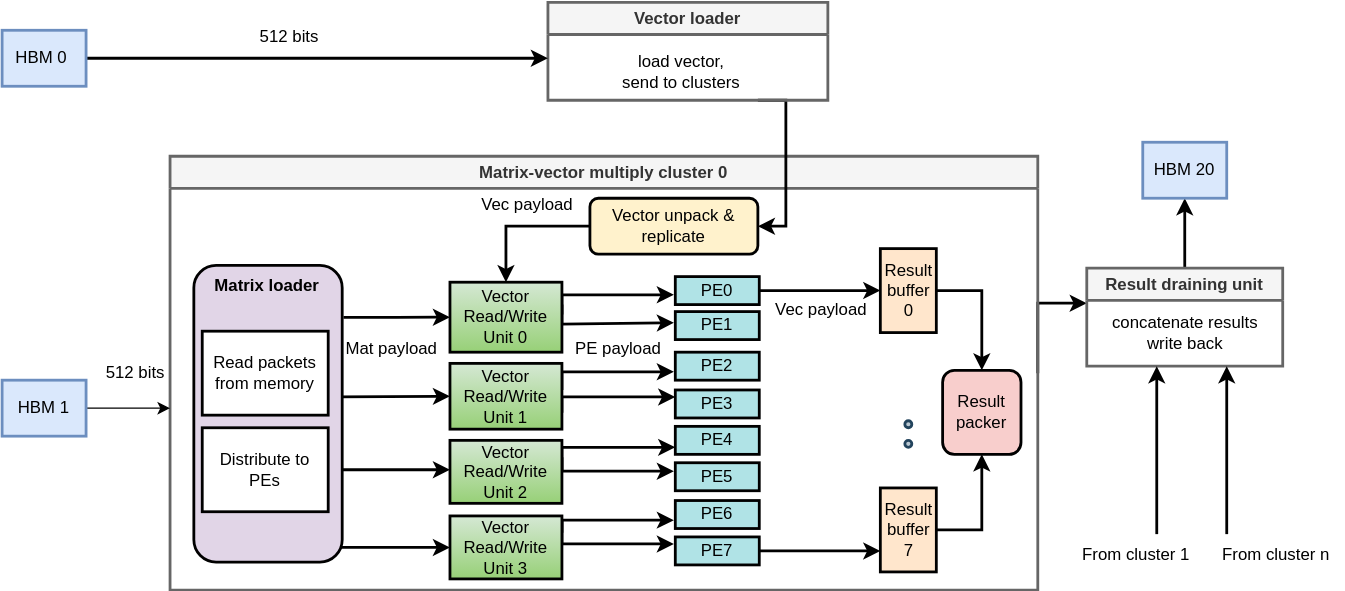
veronia-iskandar/TACO-paper keeps this draw.io diagram as svg/spmv-paper.svg. Above is the earlier version. Source tidied: cells renumbered, new cells last; positions are measured from the earlier drawing's top-left corner, leaving out a move shared by most shapes.
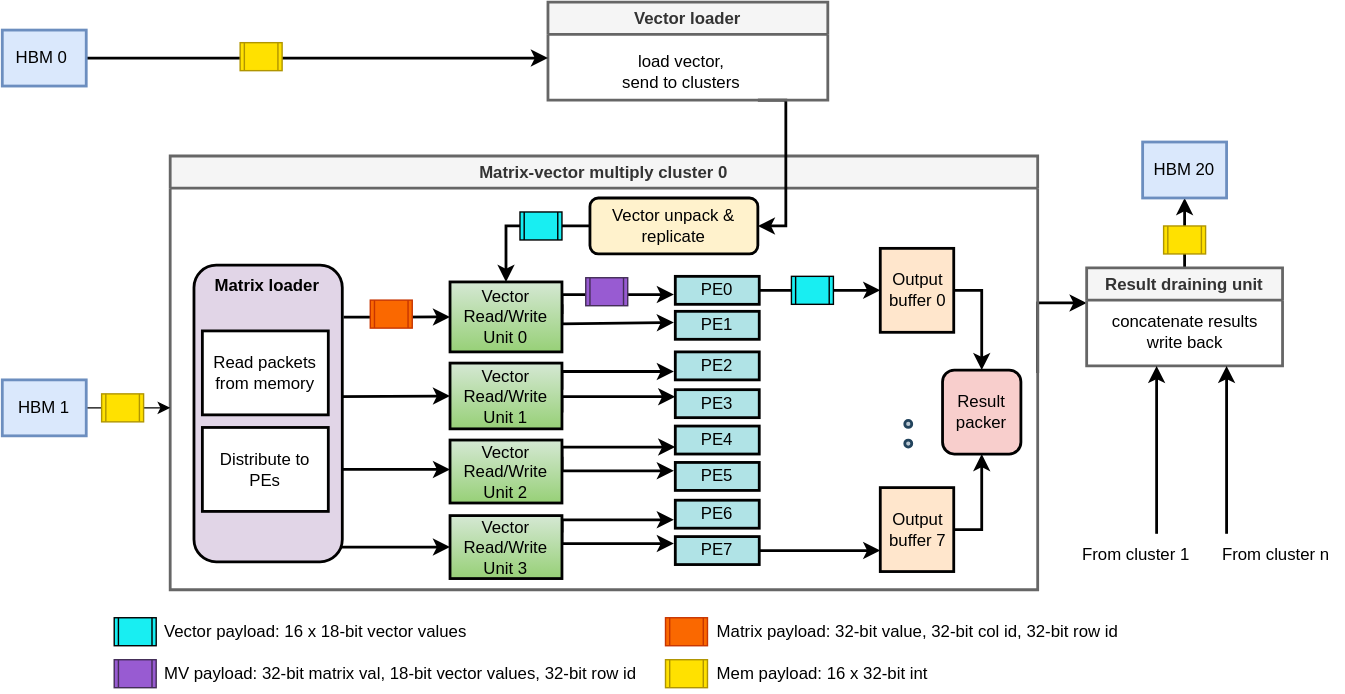
After the commit.

What changed in the source:
```diff
@@ -94,14 +94,14 @@
     <mxCell id="24" style="edgeStyle=orthogonalEdgeStyle;rounded=0;jettySize=auto;html=1;exitX=1;exitY=0.5;exitDx=0;exitDy=0;entryX=0.5;entryY=0;entryDx=0;entryDy=0;strokeWidth=2;" parent="3" edge="1" source="25" target="30">
       <mxGeometry relative="1" as="geometry" />
     </mxCell>
-    <mxCell id="25" value="Result buffer 0" style="rounded=0;whiteSpace=wrap;html=1;fillColor=#ffe6cc;strokeColor=#000000;strokeWidth=2;" parent="3" vertex="1">
-      <mxGeometry x="507.5" y="66" width="40" height="60" as="geometry" />
+    <mxCell id="25" value="Output buffer 0" style="rounded=0;whiteSpace=wrap;html=1;fillColor=#ffe6cc;strokeColor=#000000;strokeWidth=2;" parent="3" vertex="1">
+      <mxGeometry x="507.5" y="66" width="52.5" height="60" as="geometry" />
     </mxCell>
     <mxCell id="26" style="edgeStyle=orthogonalEdgeStyle;rounded=0;jettySize=auto;html=1;exitX=1;exitY=0.5;exitDx=0;exitDy=0;strokeWidth=2;" parent="3" edge="1" source="27" target="30">
       <mxGeometry relative="1" as="geometry" />
     </mxCell>
-    <mxCell id="27" value="Result buffer 7" style="rounded=0;whiteSpace=wrap;html=1;fillColor=#ffe6cc;strokeColor=#000000;strokeWidth=2;" parent="3" vertex="1">
-      <mxGeometry x="507.5" y="237" width="40" height="60" as="geometry" />
+    <mxCell id="27" value="Output buffer 7" style="rounded=0;whiteSpace=wrap;html=1;fillColor=#ffe6cc;strokeColor=#000000;strokeWidth=2;" parent="3" vertex="1">
+      <mxGeometry x="507.5" y="237" width="52.5" height="60" as="geometry" />
     </mxCell>
     <mxCell id="28" style="ellipse;whiteSpace=wrap;html=1;fillColor=#bac8d3;strokeColor=#23445d;strokeWidth=2;" parent="3" vertex="1">
       <mxGeometry x="525" y="189" width="5" height="5" as="geometry" />
@@ -192,18 +192,12 @@
     <mxCell id="42" value="Vector Read/Write Unit 2" style="rounded=0;whiteSpace=wrap;html=1;fillColor=#d5e8d4;strokeColor=#000000;gradientColor=#97d077;strokeWidth=2;" parent="3" vertex="1">
       <mxGeometry x="200" y="203" width="80" height="45" as="geometry" />
     </mxCell>
-    <mxCell id="43" value="PE payload&lt;span id=&quot;docs-internal-guid-d0764cbb-7fff-d9a1-0278-be7e43645616&quot;&gt;&lt;/span&gt;" style="text;html=1;align=center;verticalAlign=middle;strokeColor=none;fillColor=none;strokeWidth=2;" parent="3" vertex="1">
-      <mxGeometry x="280" y="123" width="80" height="30" as="geometry" />
-    </mxCell>
-    <mxCell id="44" value="Mat payload&lt;span id=&quot;docs-internal-guid-d0764cbb-7fff-d9a1-0278-be7e43645616&quot;&gt;&lt;/span&gt;" style="text;html=1;align=center;verticalAlign=middle;strokeColor=none;fillColor=none;strokeWidth=2;" parent="3" vertex="1">
-      <mxGeometry x="113" y="123" width="90" height="30" as="geometry" />
-    </mxCell>
-    <mxCell id="45" value="Vec payload" style="text;html=1;align=center;verticalAlign=middle;strokeColor=none;fillColor=none;strokeWidth=2;" parent="3" vertex="1">
-      <mxGeometry x="420" y="95" width="90" height="30" as="geometry" />
-    </mxCell>
-    <mxCell id="46" value="Vec payload" style="text;html=1;align=center;verticalAlign=middle;strokeColor=none;fillColor=none;strokeWidth=2;" parent="3" vertex="1">
-      <mxGeometry x="210" y="20" width="90" height="30" as="geometry" />
-    </mxCell>
+    <mxCell id="64" style="shape=process;whiteSpace=wrap;html=1;backgroundOutline=1;fillColor=#fa6800;fontColor=#000000;strokeColor=#C73500;" parent="3" vertex="1">
+      <mxGeometry x="143" y="103" width="30" height="20" as="geometry" />
+    </mxCell>
+    <mxCell id="65" style="shape=process;whiteSpace=wrap;html=1;backgroundOutline=1;strokeColor=default;align=center;verticalAlign=middle;fontFamily=Helvetica;fontSize=12;fontColor=default;fillColor=#18eef2;" parent="3" vertex="1">
+      <mxGeometry x="250" y="40" width="30" height="20" as="geometry" />
+    </mxCell>
     <mxCell id="47" style="edgeStyle=orthogonalEdgeStyle;rounded=0;jettySize=auto;html=1;exitX=0.75;exitY=1;exitDx=0;exitDy=0;entryX=1;entryY=0.5;entryDx=0;entryDy=0;strokeWidth=2;" parent="1" edge="1" source="48" target="5">
       <mxGeometry relative="1" as="geometry">
         <Array as="points">
@@ -270,11 +264,44 @@
     <mxCell id="61" value="From cluster n" style="text;html=1;align=center;verticalAlign=middle;strokeColor=none;fillColor=none;strokeWidth=2;" parent="1" vertex="1">
       <mxGeometry x="860" y="380" width="100" height="30" as="geometry" />
     </mxCell>
-    <mxCell id="62" value="512 bits" style="text;html=1;align=center;verticalAlign=middle;strokeColor=none;fillColor=none;strokeWidth=2;" parent="1" vertex="1">
-      <mxGeometry x="60" y="250" width="70" height="30" as="geometry" />
-    </mxCell>
-    <mxCell id="63" value="512 bits" style="text;html=1;align=center;verticalAlign=middle;strokeColor=none;fillColor=none;strokeWidth=2;" parent="1" vertex="1">
-      <mxGeometry x="170" y="10" width="70" height="30" as="geometry" />
-    </mxCell>
+    <mxCell id="66" style="shape=process;whiteSpace=wrap;html=1;backgroundOutline=1;fillColor=#ffe100;fontColor=#000000;strokeColor=#B09500;" parent="1" vertex="1">
+      <mxGeometry x="170" y="29" width="30" height="20" as="geometry" />
+    </mxCell>
+    <mxCell id="67" style="shape=process;whiteSpace=wrap;html=1;backgroundOutline=1;fillColor=#ffe100;fontColor=#000000;strokeColor=#B09500;align=center;verticalAlign=middle;fontFamily=Helvetica;fontSize=12;" parent="1" vertex="1">
+      <mxGeometry x="71" y="280" width="30" height="20" as="geometry" />
+    </mxCell>
+    <mxCell id="68" style="shape=process;whiteSpace=wrap;html=1;backgroundOutline=1;fillColor=#985bd2;fontColor=#ffffff;strokeColor=#432D57;" parent="1" vertex="1">
+      <mxGeometry x="417" y="197" width="30" height="20" as="geometry" />
+    </mxCell>
+    <mxCell id="69" style="shape=process;whiteSpace=wrap;html=1;backgroundOutline=1;strokeColor=default;align=center;verticalAlign=middle;fontFamily=Helvetica;fontSize=12;fontColor=default;fillColor=#18eef2;" parent="1" vertex="1">
+      <mxGeometry x="564" y="196" width="30" height="20" as="geometry" />
+    </mxCell>
+    <mxCell id="70" style="shape=process;whiteSpace=wrap;html=1;backgroundOutline=1;fillColor=#ffe100;fontColor=#000000;strokeColor=#B09500;align=center;verticalAlign=middle;fontFamily=Helvetica;fontSize=12;" parent="1" vertex="1">
+      <mxGeometry x="830" y="160" width="30" height="20" as="geometry" />
+    </mxCell>
+    <mxCell id="71" style="shape=process;whiteSpace=wrap;html=1;backgroundOutline=1;strokeColor=default;align=center;verticalAlign=middle;fontFamily=Helvetica;fontSize=12;fontColor=default;fillColor=#18eef2;" parent="1" vertex="1">
+      <mxGeometry x="80" y="440" width="30" height="20" as="geometry" />
+    </mxCell>
+    <mxCell id="72" value="Vector payload: 16 x 18-bit vector values&amp;nbsp;" style="text;html=1;align=left;verticalAlign=middle;whiteSpace=wrap;rounded=0;" parent="1" vertex="1">
+      <mxGeometry x="114" y="435" width="246" height="30" as="geometry" />
+    </mxCell>
+    <mxCell id="73" style="shape=process;whiteSpace=wrap;html=1;backgroundOutline=1;strokeColor=#C73500;align=center;verticalAlign=middle;fontFamily=Helvetica;fontSize=12;fontColor=#000000;fillColor=#fa6800;" parent="1" vertex="1">
+      <mxGeometry x="474" y="440" width="30" height="20" as="geometry" />
+    </mxCell>
+    <mxCell id="74" value="Matrix payload: 32-bit value, 32-bit col id, 32-bit row id&amp;nbsp;" style="text;html=1;align=left;verticalAlign=middle;whiteSpace=wrap;rounded=0;" parent="1" vertex="1">
+      <mxGeometry x="509" y="435" width="313" height="30" as="geometry" />
+    </mxCell>
+    <mxCell id="75" style="shape=process;whiteSpace=wrap;html=1;backgroundOutline=1;strokeColor=#432D57;align=center;verticalAlign=middle;fontFamily=Helvetica;fontSize=12;fontColor=#ffffff;fillColor=#985bd2;" parent="1" vertex="1">
+      <mxGeometry x="80" y="470" width="30" height="20" as="geometry" />
+    </mxCell>
+    <mxCell id="76" value="MV payload: 32-bit matrix val, 18-bit vector values, 32-bit row id" style="text;html=1;align=left;verticalAlign=middle;whiteSpace=wrap;rounded=0;" parent="1" vertex="1">
+      <mxGeometry x="114" y="465" width="350" height="30" as="geometry" />
+    </mxCell>
+    <mxCell id="77" style="shape=process;whiteSpace=wrap;html=1;backgroundOutline=1;strokeColor=#B09500;align=center;verticalAlign=middle;fontFamily=Helvetica;fontSize=12;fontColor=#000000;fillColor=#ffe100;" parent="1" vertex="1">
+      <mxGeometry x="474" y="470" width="30" height="20" as="geometry" />
+    </mxCell>
+    <mxCell id="78" value="Mem payload: 16 x 32-bit int&amp;nbsp;" style="text;html=1;align=left;verticalAlign=middle;whiteSpace=wrap;rounded=0;" parent="1" vertex="1">
+      <mxGeometry x="509" y="465" width="330" height="30" as="geometry" />
+    </mxCell>
   </root>
 </mxGraphModel>
```
